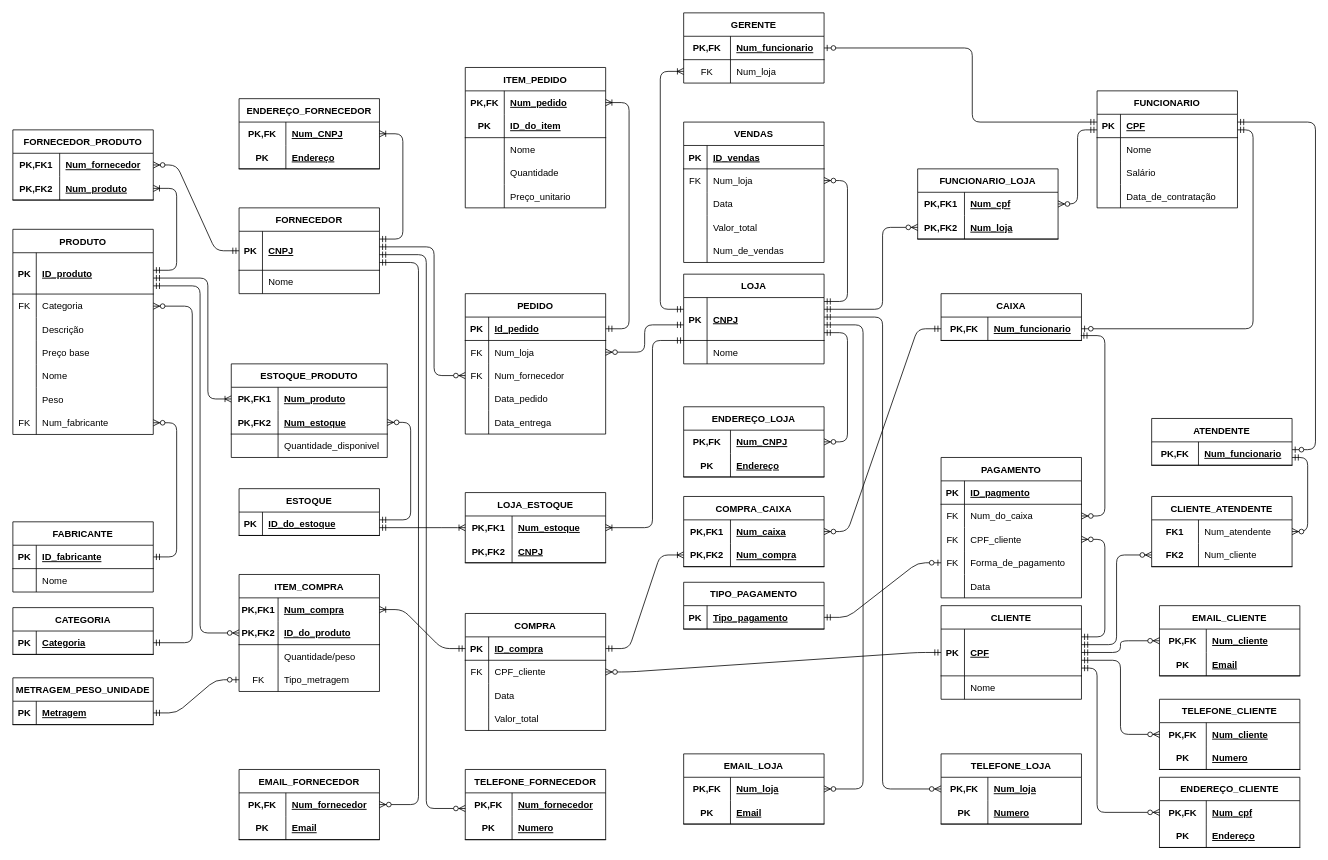
MarcosWillianAP1K/Trabai-de-BD keeps this draw.io diagram as DIagrama_re.drawio. Above is the earlier version. Source tidied: cells renumbered, new cells numbered last; positions are measured from the earlier drawing's top-left corner, leaving out a move shared by most shapes. Both pictures are drawn from the tidied source at 78%, with x=0, y=0 at pixel (12, 12).
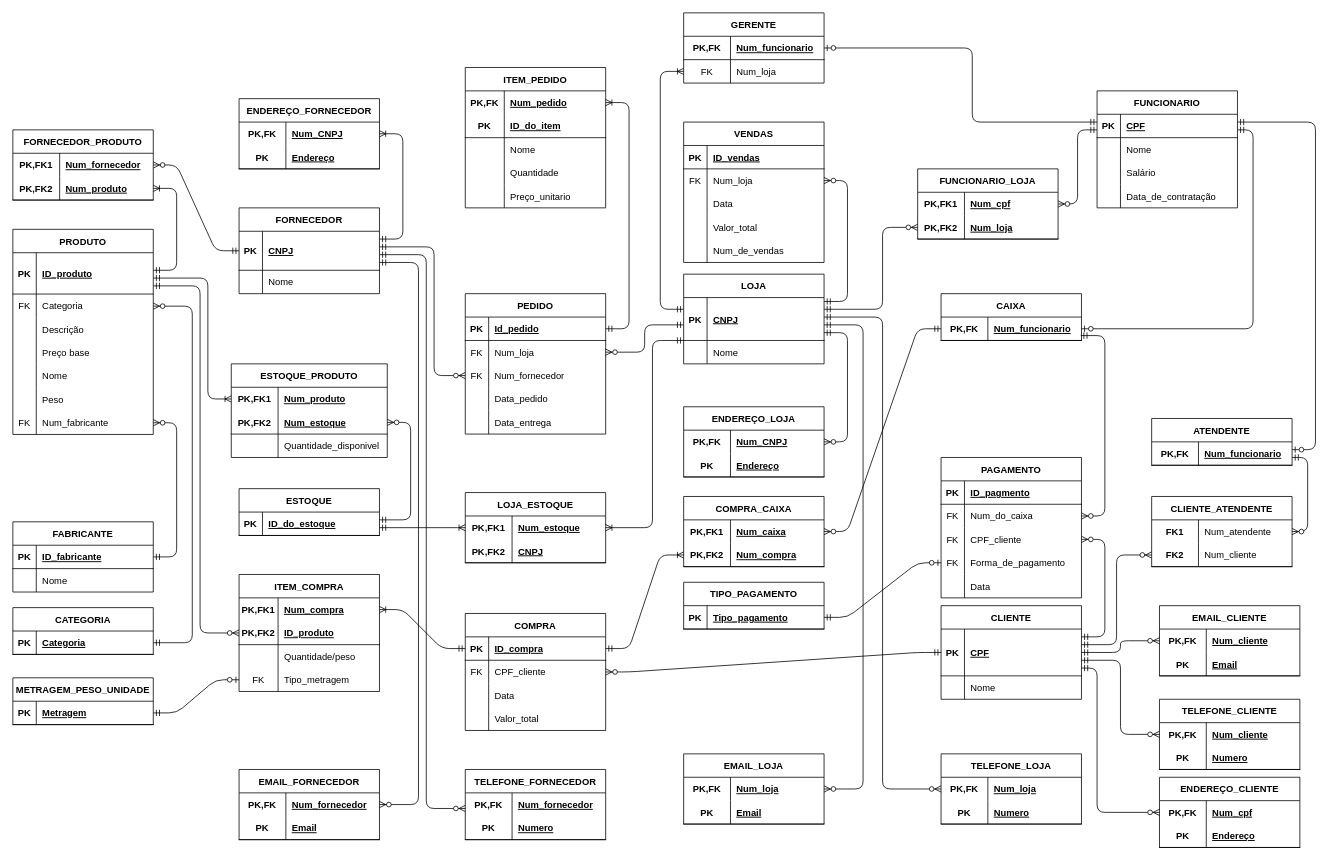
After the change.

Unchanged cells that the change refers to:
```xml
<mxCell id="120" style="shape=tableRow;horizontal=0;startSize=0;swimlaneHead=0;swimlaneBody=0;fillColor=none;points=[[0,0.5],[1,0.5]];portConstraint=eastwest;top=0;left=0;right=0;bottom=1;" parent="116" vertex="1">
  <mxGeometry y="60" width="180" height="30" as="geometry" />
</mxCell>
```

The edit, as a diff of the source:
```diff
@@
-    <mxCell id="122" value="ID_do_produto" style="shape=partialRectangle;fillColor=none;top=0;left=0;bottom=0;right=0;align=left;spacingLeft=6;fontStyle=5;overflow=hidden;" parent="120" vertex="1">
+    <mxCell id="122" value="ID_produto" style="shape=partialRectangle;fillColor=none;top=0;left=0;bottom=0;right=0;align=left;spacingLeft=6;fontStyle=5;overflow=hidden;" parent="120" vertex="1">
       <mxGeometry x="50" width="130" height="30" as="geometry" />
     </mxCell>
```
